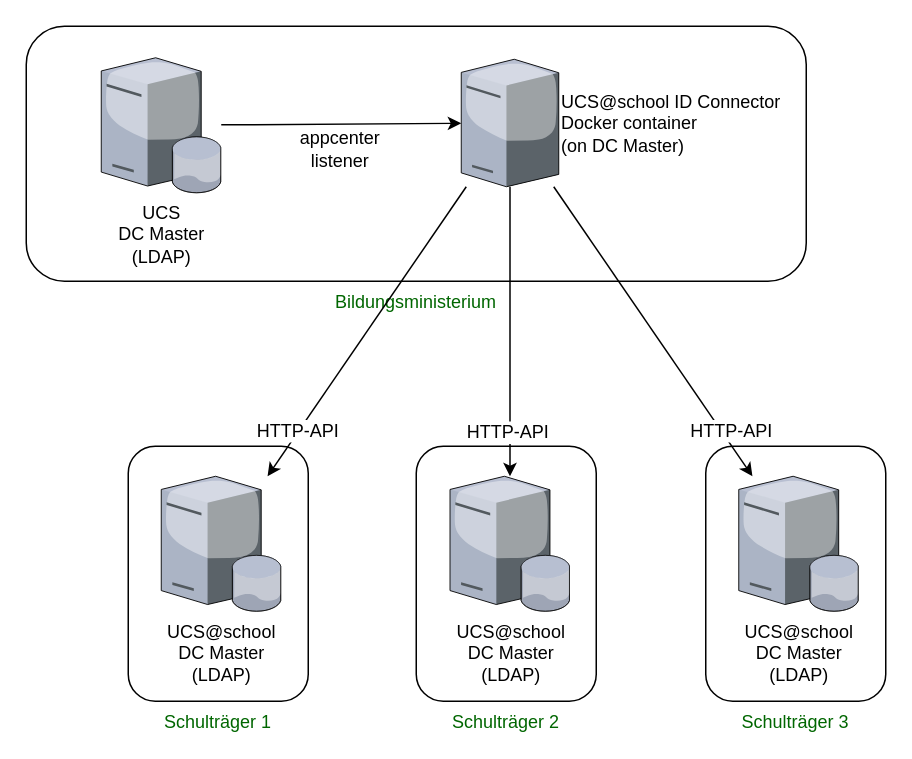
Above: docs/source/static/ucsschool-id-connector_overview.drawio in univention/ucsschool-id-connector (draw.io), before the change. Source tidied: cells renumbered, new cells numbered last; positions are measured from the earlier drawing's top-left corner, leaving out a move shared by most shapes. Both pictures are drawn from the tidied source at 150%, with x=0, y=0 at pixel (26, 26).
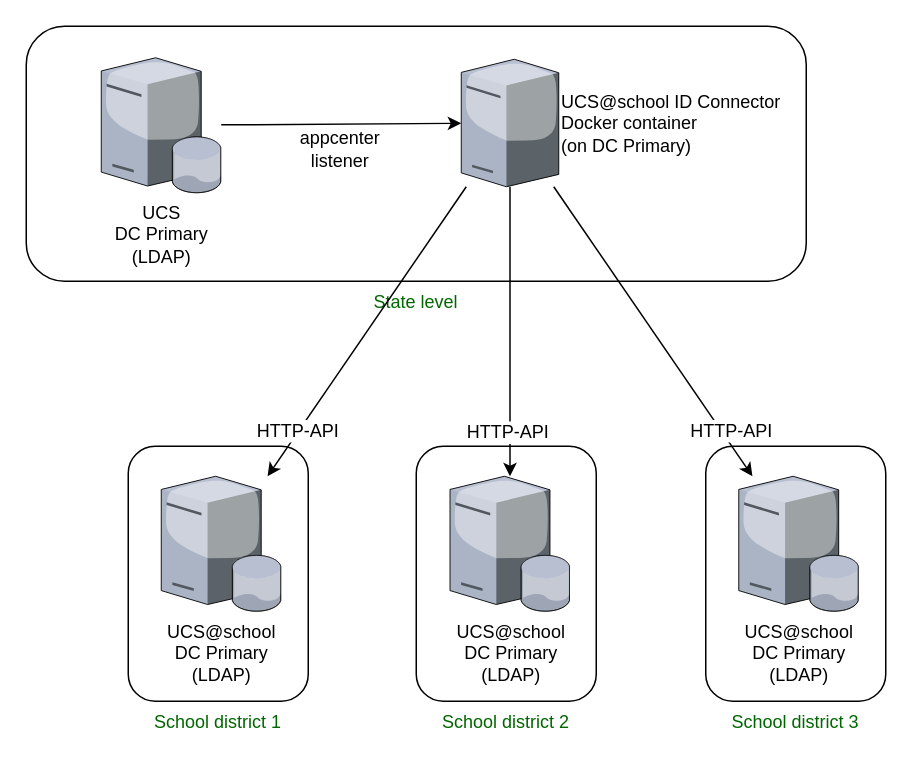
Above is the later version.

Diff of the diagram source:
```diff
@@
-    <mxCell id="2" value="&lt;font color=&quot;#006600&quot;&gt;Bildungsministerium&lt;/font&gt;" style="rounded=1;whiteSpace=wrap;html=1;labelPosition=center;verticalLabelPosition=bottom;align=center;verticalAlign=top;" parent="1" vertex="1">
+    <mxCell id="2" value="&lt;font color=&quot;#006600&quot;&gt;State level&lt;/font&gt;" style="rounded=1;whiteSpace=wrap;html=1;labelPosition=center;verticalLabelPosition=bottom;align=center;verticalAlign=top;" parent="1" vertex="1">
       <mxGeometry width="520" height="170" as="geometry" />
     </mxCell>
-    <mxCell id="3" value="&lt;font color=&quot;#006600&quot;&gt;Schulträger 3&lt;/font&gt;" style="rounded=1;whiteSpace=wrap;html=1;labelPosition=center;verticalLabelPosition=bottom;align=center;verticalAlign=top;" parent="1" vertex="1">
+    <mxCell id="3" value="&lt;span style=&quot;color: rgb(0 , 102 , 0)&quot;&gt;School district 3&lt;/span&gt;" style="rounded=1;whiteSpace=wrap;html=1;labelPosition=center;verticalLabelPosition=bottom;align=center;verticalAlign=top;" parent="1" vertex="1">
       <mxGeometry x="453" y="280" width="120" height="170" as="geometry" />
     </mxCell>
-    <mxCell id="4" value="&lt;font color=&quot;#006600&quot;&gt;Schulträger 2&lt;br&gt;&lt;/font&gt;" style="rounded=1;whiteSpace=wrap;html=1;labelPosition=center;verticalLabelPosition=bottom;align=center;verticalAlign=top;" parent="1" vertex="1">
+    <mxCell id="4" value="&lt;span style=&quot;color: rgb(0 , 102 , 0)&quot;&gt;School district 2&lt;/span&gt;&lt;font color=&quot;#006600&quot;&gt;&lt;br&gt;&lt;/font&gt;" style="rounded=1;whiteSpace=wrap;html=1;labelPosition=center;verticalLabelPosition=bottom;align=center;verticalAlign=top;" parent="1" vertex="1">
       <mxGeometry x="260" y="280" width="120" height="170" as="geometry" />
     </mxCell>
-    <mxCell id="5" value="&lt;font color=&quot;#006600&quot;&gt;Schulträger 1&lt;/font&gt;" style="rounded=1;whiteSpace=wrap;html=1;labelPosition=center;verticalLabelPosition=bottom;align=center;verticalAlign=top;" parent="1" vertex="1">
+    <mxCell id="5" value="&lt;font color=&quot;#006600&quot;&gt;School district 1&lt;/font&gt;" style="rounded=1;whiteSpace=wrap;html=1;labelPosition=center;verticalLabelPosition=bottom;align=center;verticalAlign=top;" parent="1" vertex="1">
       <mxGeometry x="68" y="280" width="120" height="170" as="geometry" />
     </mxCell>
-    <mxCell id="6" value="UCS&lt;br&gt;DC Master&lt;br&gt;(LDAP)" style="verticalLabelPosition=bottom;html=1;verticalAlign=top;strokeColor=none;align=center;outlineConnect=0;shape=mxgraph.citrix.database_server;" parent="1" vertex="1">
+    <mxCell id="6" value="UCS&lt;br&gt;DC Primary&lt;br&gt;(LDAP)" style="verticalLabelPosition=bottom;html=1;verticalAlign=top;strokeColor=none;align=center;outlineConnect=0;shape=mxgraph.citrix.database_server;" parent="1" vertex="1">
       <mxGeometry x="50" y="21" width="80" height="90" as="geometry" />
     </mxCell>
-    <mxCell id="7" value="UCS@school ID Connector&lt;br&gt;Docker container&lt;br&gt;(on DC Master)" style="verticalLabelPosition=middle;html=1;verticalAlign=middle;strokeColor=none;align=left;outlineConnect=0;shape=mxgraph.citrix.tower_server;labelPosition=right;spacingRight=0;" parent="1" vertex="1">
+    <mxCell id="7" value="UCS@school ID Connector&lt;br&gt;Docker container&lt;br&gt;(on DC Primary)" style="verticalLabelPosition=middle;html=1;verticalAlign=middle;strokeColor=none;align=left;outlineConnect=0;shape=mxgraph.citrix.tower_server;labelPosition=right;spacingRight=0;" parent="1" vertex="1">
       <mxGeometry x="290" y="22" width="65" height="85" as="geometry" />
     </mxCell>
@@
-    <mxCell id="10" value="UCS@school&lt;br&gt;DC Master&lt;br&gt;(LDAP)" style="verticalLabelPosition=bottom;html=1;verticalAlign=top;strokeColor=none;align=center;outlineConnect=0;shape=mxgraph.citrix.database_server;" parent="1" vertex="1">
+    <mxCell id="10" value="UCS@school&lt;br&gt;DC Primary&lt;br&gt;(LDAP)" style="verticalLabelPosition=bottom;html=1;verticalAlign=top;strokeColor=none;align=center;outlineConnect=0;shape=mxgraph.citrix.database_server;" parent="1" vertex="1">
       <mxGeometry x="90" y="300" width="80" height="90" as="geometry" />
     </mxCell>
-    <mxCell id="11" value="UCS@school&lt;br&gt;DC Master&lt;br&gt;(LDAP)" style="verticalLabelPosition=bottom;html=1;verticalAlign=top;strokeColor=none;align=center;outlineConnect=0;shape=mxgraph.citrix.database_server;" parent="1" vertex="1">
+    <mxCell id="11" value="UCS@school&lt;br&gt;DC Primary&lt;br&gt;(LDAP)" style="verticalLabelPosition=bottom;html=1;verticalAlign=top;strokeColor=none;align=center;outlineConnect=0;shape=mxgraph.citrix.database_server;" parent="1" vertex="1">
       <mxGeometry x="282.5" y="300" width="80" height="90" as="geometry" />
     </mxCell>
-    <mxCell id="12" value="UCS@school&lt;br&gt;DC Master&lt;br&gt;(LDAP)" style="verticalLabelPosition=bottom;html=1;verticalAlign=top;strokeColor=none;align=center;outlineConnect=0;shape=mxgraph.citrix.database_server;" parent="1" vertex="1">
+    <mxCell id="12" value="UCS@school&lt;br&gt;DC Primary&lt;br&gt;(LDAP)" style="verticalLabelPosition=bottom;html=1;verticalAlign=top;strokeColor=none;align=center;outlineConnect=0;shape=mxgraph.citrix.database_server;" parent="1" vertex="1">
       <mxGeometry x="475" y="300" width="80" height="90" as="geometry" />
     </mxCell>
```
